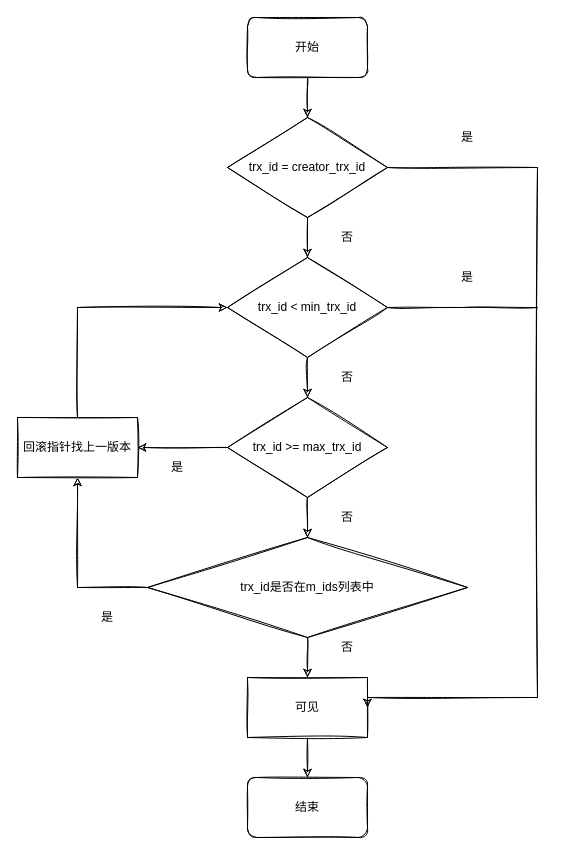
Earlier version of the draw.io diagram image/mvcc的执行过程.drawio (erlieStar/mysql-ask). Source tidied: cells renumbered, new cells numbered last; positions are measured from the earlier drawing's top-left corner, leaving out a move shared by most shapes. Both pictures are drawn from the tidied source at 100%, with x=0, y=0 at pixel (17, 17).
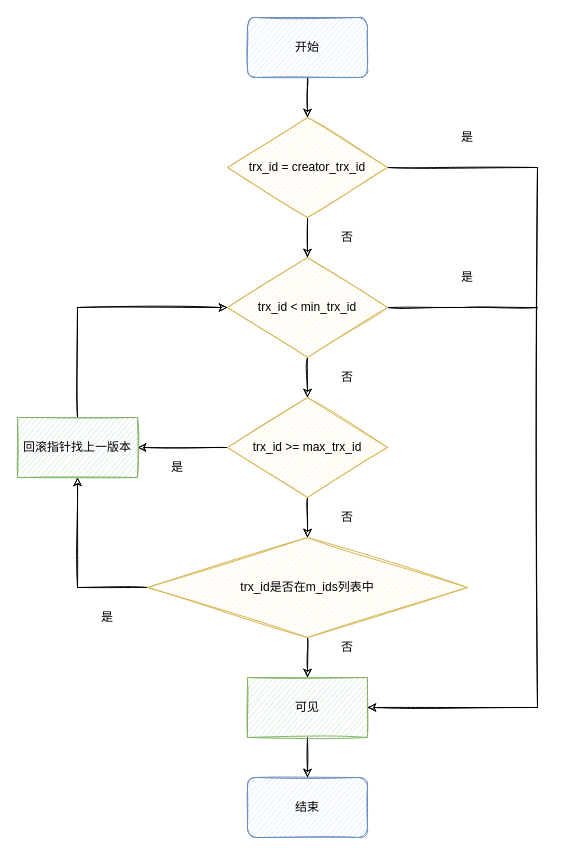
The same diagram, later.

Commit message:
Update mvcc的执行过程.drawio

Change to the diagram source:
```diff
@@
-    <mxCell id="3" value="开始" style="rounded=1;whiteSpace=wrap;html=1;sketch=1;" parent="1" vertex="1">
+    <mxCell id="3" value="开始" style="rounded=1;whiteSpace=wrap;html=1;sketch=1;fillColor=#dae8fc;strokeColor=#6c8ebf;" parent="1" vertex="1">
       <mxGeometry x="230" width="120" height="60" as="geometry" />
     </mxCell>
-    <mxCell id="4" value="结束" style="rounded=1;whiteSpace=wrap;html=1;sketch=1;" parent="1" vertex="1">
+    <mxCell id="4" value="结束" style="rounded=1;whiteSpace=wrap;html=1;sketch=1;fillColor=#dae8fc;strokeColor=#6c8ebf;" parent="1" vertex="1">
       <mxGeometry x="230" y="760" width="120" height="60" as="geometry" />
     </mxCell>
@@
-    <mxCell id="7" value="trx_id &amp;lt; min_trx_id" style="rhombus;whiteSpace=wrap;html=1;sketch=1;" parent="1" vertex="1">
+    <mxCell id="7" value="trx_id &amp;lt; min_trx_id" style="rhombus;whiteSpace=wrap;html=1;sketch=1;fillColor=#fff2cc;strokeColor=#d6b656;" parent="1" vertex="1">
       <mxGeometry x="210" y="240" width="160" height="100" as="geometry" />
     </mxCell>
@@
-    <mxCell id="10" value="trx_id &amp;gt;= max_trx_id" style="rhombus;whiteSpace=wrap;html=1;sketch=1;" parent="1" vertex="1">
+    <mxCell id="10" value="trx_id &amp;gt;= max_trx_id" style="rhombus;whiteSpace=wrap;html=1;sketch=1;fillColor=#fff2cc;strokeColor=#d6b656;" parent="1" vertex="1">
       <mxGeometry x="210" y="380" width="160" height="100" as="geometry" />
     </mxCell>
@@
-    <mxCell id="12" value="可见" style="rounded=0;whiteSpace=wrap;html=1;glass=0;sketch=1;" parent="1" vertex="1">
+    <mxCell id="12" value="可见" style="rounded=0;whiteSpace=wrap;html=1;glass=0;sketch=1;fillColor=#d5e8d4;strokeColor=#82b366;" parent="1" vertex="1">
       <mxGeometry x="230" y="660" width="120" height="60" as="geometry" />
     </mxCell>
@@
-    <mxCell id="15" value="trx_id是否在m_ids列表中" style="rhombus;whiteSpace=wrap;html=1;sketch=1;" parent="1" vertex="1">
+    <mxCell id="15" value="trx_id是否在m_ids列表中" style="rhombus;whiteSpace=wrap;html=1;sketch=1;fillColor=#fff2cc;strokeColor=#d6b656;" parent="1" vertex="1">
       <mxGeometry x="130" y="520" width="320" height="100" as="geometry" />
     </mxCell>
@@
-    <mxCell id="17" value="回滚指针找上一版本" style="rounded=0;whiteSpace=wrap;html=1;sketch=1;" parent="1" vertex="1">
+    <mxCell id="17" value="回滚指针找上一版本" style="rounded=0;whiteSpace=wrap;html=1;sketch=1;fillColor=#d5e8d4;strokeColor=#82b366;" parent="1" vertex="1">
       <mxGeometry y="400" width="120" height="60" as="geometry" />
     </mxCell>
@@
     <mxCell id="19" style="edgeStyle=orthogonalEdgeStyle;rounded=0;jettySize=auto;html=1;exitX=1;exitY=0.5;exitDx=0;exitDy=0;entryX=1;entryY=0.5;entryDx=0;entryDy=0;sketch=1;" parent="1" edge="1" source="20" target="12">
       <mxGeometry relative="1" as="geometry">
         <Array as="points">
           <mxPoint x="520" y="150" />
-          <mxPoint x="520" y="680" />
+          <mxPoint x="520" y="690" />
         </Array>
       </mxGeometry>
     </mxCell>
-    <mxCell id="20" value="trx_id = creator_trx_id" style="rhombus;whiteSpace=wrap;html=1;shadow=0;sketch=1;" parent="1" vertex="1">
+    <mxCell id="20" value="trx_id = creator_trx_id" style="rhombus;whiteSpace=wrap;html=1;shadow=0;sketch=1;fillColor=#fff2cc;strokeColor=#d6b656;" parent="1" vertex="1">
       <mxGeometry x="210" y="100" width="160" height="100" as="geometry" />
     </mxCell>
```
